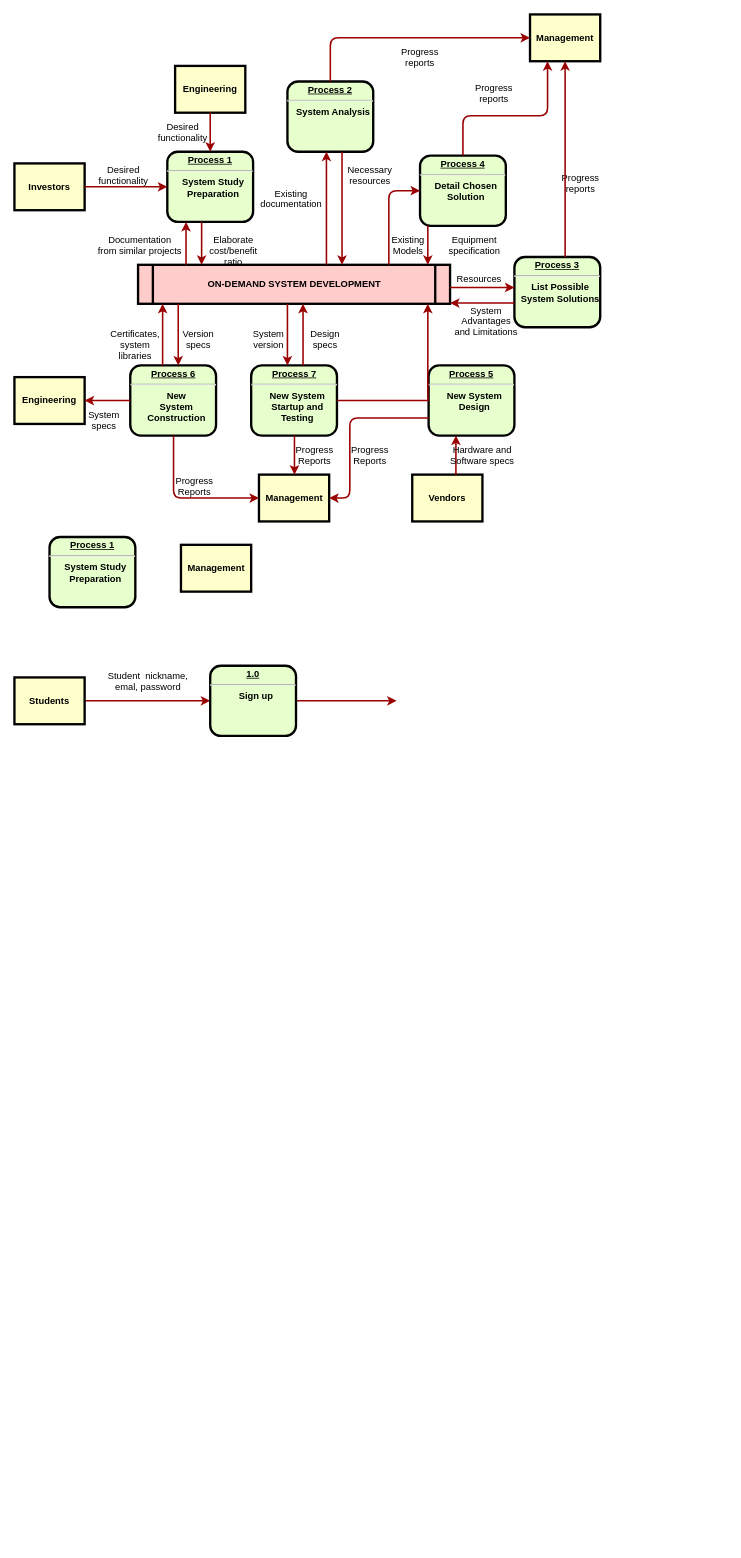
Earlier version of the draw.io diagram docs/dfd.drawio (loveagri/zhihu). Source tidied: cells renumbered, new cells numbered last; positions are measured from the earlier drawing's top-left corner, leaving out a move shared by most shapes. Both pictures are drawn from the tidied source at 78%, with x=0, y=0 at pixel (14, 14).
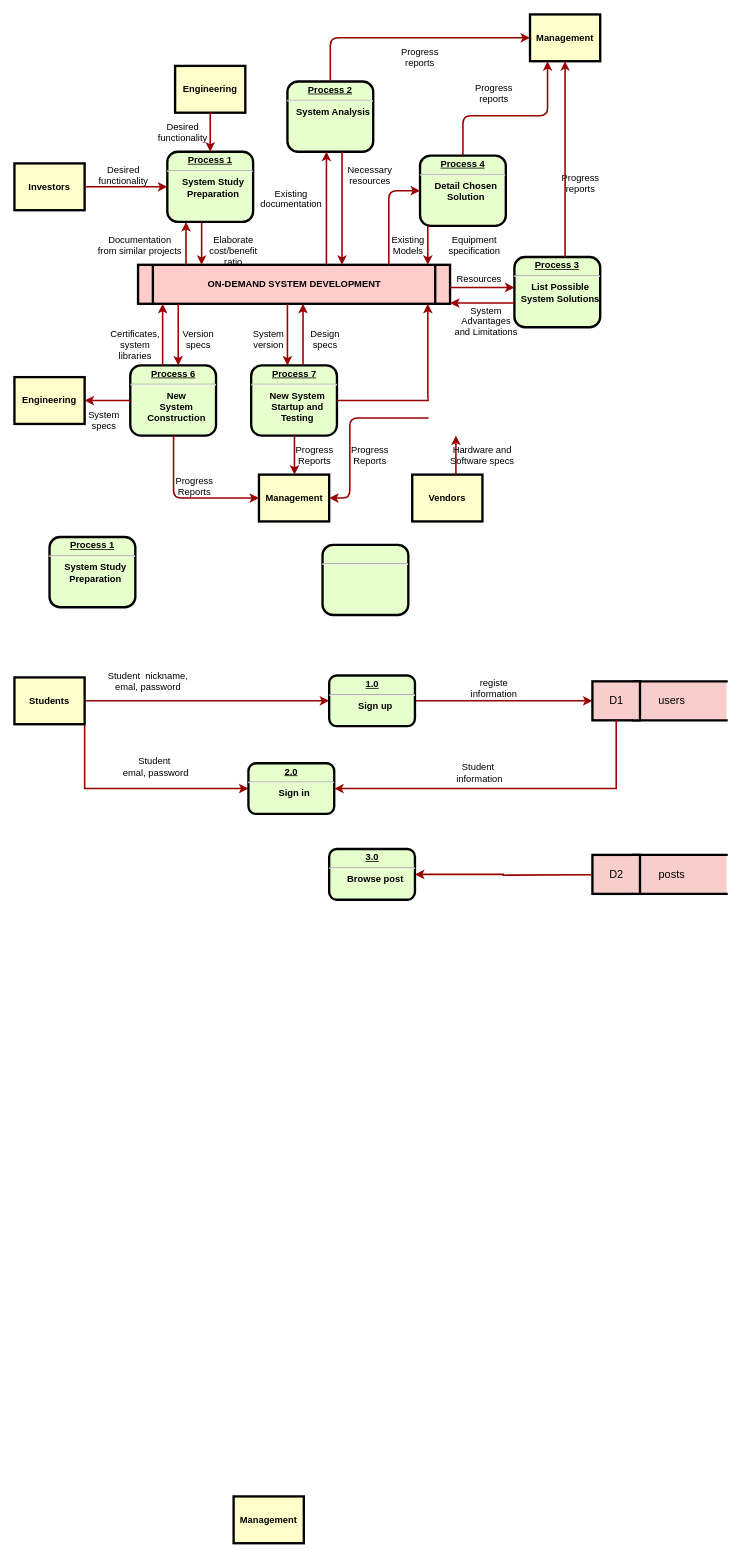
The same page after the edit.

Unchanged cells that the change refers to:
```xml
<mxCell id="5" value="ON-DEMAND SYSTEM DEVELOPMENT" style="shape=process;whiteSpace=wrap;align=center;verticalAlign=middle;size=0.0475;fontStyle=1;strokeWidth=3;fillColor=#FFCCCC;" parent="1" vertex="1">
  <mxGeometry x="158.5" y="321" width="400" height="50" as="geometry" />
</mxCell>
<mxCell id="12" value="Management" style="whiteSpace=wrap;align=center;verticalAlign=middle;fontStyle=1;strokeWidth=3;fillColor=#FFFFCC;" parent="1" vertex="1">
  <mxGeometry x="313.5" y="590" width="90" height="60" as="geometry" />
</mxCell>
<mxCell id="14" value="Vendors" style="whiteSpace=wrap;align=center;verticalAlign=middle;fontStyle=1;strokeWidth=3;fillColor=#FFFFCC;" parent="1" vertex="1">
  <mxGeometry x="510" y="590" width="90" height="60" as="geometry" />
</mxCell>
<mxCell id="17" value="&lt;p style=&quot;margin: 0px; margin-top: 4px; text-align: center; text-decoration: underline;&quot;&gt;&lt;strong&gt;&lt;strong&gt;Process&lt;/strong&gt; 7&lt;br /&gt;&lt;/strong&gt;&lt;/p&gt;&lt;hr /&gt;&lt;p style=&quot;margin: 0px; margin-left: 8px;&quot;&gt;New System&lt;/p&gt;&lt;p style=&quot;margin: 0px; margin-left: 8px;&quot;&gt;Startup and&lt;/p&gt;&lt;p style=&quot;margin: 0px; margin-left: 8px;&quot;&gt;Testing&lt;/p&gt;" style="verticalAlign=middle;align=center;overflow=fill;fontSize=12;fontFamily=Helvetica;html=1;rounded=1;fontStyle=1;strokeWidth=3;fillColor=#E6FFCC;" parent="1" vertex="1">
  <mxGeometry x="303.5" y="450" width="110" height="90" as="geometry" />
</mxCell>
<mxCell id="63" value="Students" style="whiteSpace=wrap;align=center;verticalAlign=middle;fontStyle=1;strokeWidth=3;fillColor=#FFFFCC;" parent="1" vertex="1">
  <mxGeometry y="850" width="90" height="60" as="geometry" />
</mxCell>
```

What changed in the source:
```diff
@@
-    <mxCell id="9" value="&lt;p style=&quot;margin: 0px; margin-top: 4px; text-align: center; text-decoration: underline;&quot;&gt;&lt;strong&gt;&lt;strong&gt;Process&lt;/strong&gt; 5&lt;br /&gt;&lt;/strong&gt;&lt;/p&gt;&lt;hr /&gt;&lt;p style=&quot;margin: 0px; margin-left: 8px;&quot;&gt;New System&lt;/p&gt;&lt;p style=&quot;margin: 0px; margin-left: 8px;&quot;&gt;Design&lt;/p&gt;" style="verticalAlign=middle;align=center;overflow=fill;fontSize=12;fontFamily=Helvetica;html=1;rounded=1;fontStyle=1;strokeWidth=3;fillColor=#E6FFCC;" parent="1" vertex="1">
-      <mxGeometry x="531" y="450" width="110" height="90" as="geometry" />
-    </mxCell>
@@
-    <mxCell id="18" style="endArrow=none;noEdgeStyle=1;strokeColor=#990000;strokeWidth=2;" parent="1" edge="1" source="9" target="17">
-      <mxGeometry relative="1" as="geometry" />
+    <mxCell id="18" style="endArrow=none;noEdgeStyle=1;strokeColor=#990000;strokeWidth=2;" parent="1" edge="1" target="17">
+      <mxGeometry relative="1" as="geometry">
+        <mxPoint x="531" y="495" as="sourcePoint" />
+      </mxGeometry>
     </mxCell>
@@
-    <mxCell id="43" style="edgeStyle=elbowEdgeStyle;elbow=horizontal;strokeColor=#990000;strokeWidth=2;" parent="1" edge="1" source="9" target="5">
+    <mxCell id="43" style="edgeStyle=elbowEdgeStyle;elbow=horizontal;strokeColor=#990000;strokeWidth=2;" parent="1" edge="1" target="5">
       <mxGeometry relative="1" as="geometry">
+        <mxPoint x="531" y="495" as="sourcePoint" />
         <Array as="points">
           <mxPoint x="530" y="410" />
         </Array>
       </mxGeometry>
     </mxCell>
-    <mxCell id="44" style="edgeStyle=elbowEdgeStyle;elbow=horizontal;strokeColor=#990000;strokeWidth=2;" parent="1" edge="1" source="14" target="9">
-      <mxGeometry relative="1" as="geometry" />
+    <mxCell id="44" style="edgeStyle=elbowEdgeStyle;elbow=horizontal;strokeColor=#990000;strokeWidth=2;" parent="1" edge="1" source="14">
+      <mxGeometry relative="1" as="geometry">
+        <mxPoint x="566" y="540" as="targetPoint" />
+      </mxGeometry>
     </mxCell>
@@
-    <mxCell id="46" style="edgeStyle=elbowEdgeStyle;elbow=horizontal;exitX=0;exitY=0.75;strokeColor=#990000;strokeWidth=2;" parent="1" edge="1" source="9" target="12">
+    <mxCell id="46" style="edgeStyle=elbowEdgeStyle;elbow=horizontal;exitX=0;exitY=0.75;strokeColor=#990000;strokeWidth=2;" parent="1" edge="1" target="12">
       <mxGeometry relative="1" as="geometry">
+        <mxPoint x="531" y="517.5" as="sourcePoint" />
         <Array as="points">
           <mxPoint x="430" y="570" />
         </Array>
       </mxGeometry>
     </mxCell>
@@
+    <mxCell id="69" style="edgeStyle=orthogonalEdgeStyle;rounded=0;jettySize=auto;html=1;entryX=0;entryY=0.5;entryDx=0;entryDy=0;strokeColor=#990000;strokeWidth=2;" parent="1" edge="1" source="63" target="79">
+      <mxGeometry relative="1" as="geometry">
+        <Array as="points">
+          <mxPoint x="90" y="993" />
+        </Array>
+      </mxGeometry>
+    </mxCell>
@@
-    <mxCell id="64" style="edgeStyle=orthogonalEdgeStyle;rounded=0;jettySize=auto;html=1;strokeWidth=2;strokeColor=#990000;" parent="1" edge="1" source="65">
-      <mxGeometry relative="1" as="geometry">
-        <mxPoint x="490" y="880" as="targetPoint" />
-      </mxGeometry>
+    <mxCell id="64" style="edgeStyle=orthogonalEdgeStyle;rounded=0;jettySize=auto;html=1;strokeWidth=2;strokeColor=#990000;entryX=0;entryY=0.5;entryDx=0;entryDy=0;" parent="1" edge="1" source="65" target="72">
+      <mxGeometry relative="1" as="geometry" />
     </mxCell>
     <mxCell id="65" value="&lt;p style=&quot;margin: 0px ; margin-top: 4px ; text-align: center ; text-decoration: underline&quot;&gt;&lt;strong&gt;1.0&lt;/strong&gt;&lt;/p&gt;&lt;hr&gt;&lt;p style=&quot;margin: 0px ; margin-left: 8px&quot;&gt;Sign up&lt;/p&gt;" style="verticalAlign=middle;align=center;overflow=fill;fontSize=12;fontFamily=Helvetica;html=1;rounded=1;fontStyle=1;strokeWidth=3;fillColor=#E6FFCC;" parent="1" vertex="1">
-      <mxGeometry x="251" y="835" width="110" height="90" as="geometry" />
+      <mxGeometry x="403.5" y="847.5" width="110" height="65" as="geometry" />
     </mxCell>
@@
     <mxCell id="67" value="Management" style="whiteSpace=wrap;align=center;verticalAlign=middle;fontStyle=1;strokeWidth=3;fillColor=#FFFFCC;" parent="1" vertex="1">
-      <mxGeometry x="213.5" y="680" width="90" height="60" as="geometry" />
+      <mxGeometry x="281" y="1900" width="90" height="60" as="geometry" />
     </mxCell>
@@
+    <mxCell id="70" value="&lt;p style=&quot;margin: 0px ; margin-top: 4px ; text-align: center ; text-decoration: underline&quot;&gt;&lt;strong&gt;&lt;br&gt;&lt;/strong&gt;&lt;/p&gt;&lt;hr&gt;&lt;p style=&quot;margin: 0px ; margin-left: 8px&quot;&gt;&lt;br&gt;&lt;/p&gt;" style="verticalAlign=middle;align=center;overflow=fill;fontSize=12;fontFamily=Helvetica;html=1;rounded=1;fontStyle=1;strokeWidth=3;fillColor=#E6FFCC;" parent="1" vertex="1">
+      <mxGeometry x="395" y="680" width="110" height="90" as="geometry" />
+    </mxCell>
+    <mxCell id="71" style="group;" parent="1" vertex="1">
+      <mxGeometry x="741" y="855" width="172" height="50" as="geometry" />
+    </mxCell>
+    <mxCell id="72" style="rounded=0;whiteSpace=wrap;html=1;strokeColor=#000000;strokeWidth=3;fillColor=#f8cecc;" parent="71" vertex="1">
+      <mxGeometry width="61" height="50" as="geometry" />
+    </mxCell>
+    <mxCell id="73" style="shape=partialRectangle;whiteSpace=wrap;html=1;left=0;right=0;fillColor=#f8cecc;strokeColor=#000000;strokeWidth=3;" parent="71" vertex="1">
+      <mxGeometry x="52" width="120" height="50" as="geometry" />
+    </mxCell>
+    <mxCell id="74" value="&lt;font style=&quot;font-size: 14px&quot;&gt;D1&lt;/font&gt;" style="text;html=1;strokeColor=none;fillColor=none;align=center;verticalAlign=middle;whiteSpace=wrap;rounded=0;" parent="71" vertex="1">
+      <mxGeometry x="11" y="16.7" width="40" height="16.7" as="geometry" />
+    </mxCell>
+    <mxCell id="75" value="&lt;font style=&quot;font-size: 14px&quot;&gt;users&lt;/font&gt;" style="text;html=1;strokeColor=none;fillColor=none;align=center;verticalAlign=middle;whiteSpace=wrap;rounded=0;" parent="71" vertex="1">
+      <mxGeometry x="82" y="16.7" width="40" height="16.7" as="geometry" />
+    </mxCell>
+    <mxCell id="76" style="line;strokeWidth=3;direction=south;html=1;strokeColor=#000000;" parent="71" vertex="1">
+      <mxGeometry x="56" width="10" height="50" as="geometry" />
+    </mxCell>
+    <mxCell id="77" value="registe information" style="text;html=1;strokeColor=none;fillColor=none;align=center;verticalAlign=middle;whiteSpace=wrap;rounded=0;" parent="1" vertex="1">
+      <mxGeometry x="565" y="855" width="100" height="18" as="geometry" />
+    </mxCell>
+    <mxCell id="78" style="edgeStyle=orthogonalEdgeStyle;rounded=0;orthogonalLoop=1;jettySize=auto;html=1;exitX=0.5;exitY=1;exitDx=0;exitDy=0;" parent="1" edge="1" source="65" target="65">
+      <mxGeometry relative="1" as="geometry" />
+    </mxCell>
+    <mxCell id="79" value="&lt;p style=&quot;margin: 0px ; margin-top: 4px ; text-align: center ; text-decoration: underline&quot;&gt;&lt;strong&gt;2.0&lt;/strong&gt;&lt;/p&gt;&lt;hr&gt;&lt;p style=&quot;margin: 0px ; margin-left: 8px&quot;&gt;Sign in&lt;/p&gt;" style="verticalAlign=middle;align=center;overflow=fill;fontSize=12;fontFamily=Helvetica;html=1;rounded=1;fontStyle=1;strokeWidth=3;fillColor=#E6FFCC;" parent="1" vertex="1">
+      <mxGeometry x="300" y="960" width="110" height="65" as="geometry" />
+    </mxCell>
+    <mxCell id="80" value="Student&amp;nbsp;&lt;br&gt;emal, password" style="text;html=1;align=center;verticalAlign=middle;" parent="1" vertex="1">
+      <mxGeometry x="131" y="950" width="100" height="30" as="geometry" />
+    </mxCell>
+    <mxCell id="81" style="edgeStyle=orthogonalEdgeStyle;rounded=0;jettySize=auto;html=1;entryX=1;entryY=0.5;entryDx=0;entryDy=0;strokeColor=#990000;strokeWidth=2;" parent="1" edge="1" source="72" target="79">
+      <mxGeometry relative="1" as="geometry">
+        <Array as="points">
+          <mxPoint x="772" y="993" />
+        </Array>
+      </mxGeometry>
+    </mxCell>
+    <mxCell id="82" style="text;html=1;align=center;verticalAlign=middle;" parent="1" vertex="1">
+      <mxGeometry x="596" y="967" width="20" height="20" as="geometry" />
+    </mxCell>
+    <mxCell id="83" value="Student&amp;nbsp;&lt;br&gt;information" style="text;html=1;align=center;verticalAlign=middle;" parent="1" vertex="1">
+      <mxGeometry x="561" y="957" width="70" height="30" as="geometry" />
+    </mxCell>
+    <mxCell id="84" value="&lt;p style=&quot;margin: 0px ; margin-top: 4px ; text-align: center ; text-decoration: underline&quot;&gt;&lt;strong&gt;3.0&lt;/strong&gt;&lt;/p&gt;&lt;hr&gt;&lt;p style=&quot;margin: 0px ; margin-left: 8px&quot;&gt;Browse post&lt;/p&gt;" style="verticalAlign=middle;align=center;overflow=fill;fontSize=12;fontFamily=Helvetica;html=1;rounded=1;fontStyle=1;strokeWidth=3;fillColor=#E6FFCC;" parent="1" vertex="1">
+      <mxGeometry x="403.5" y="1070" width="110" height="65" as="geometry" />
+    </mxCell>
+    <mxCell id="85" style="group;" parent="1" vertex="1">
+      <mxGeometry x="741" y="1077.5" width="172" height="50" as="geometry" />
+    </mxCell>
+    <mxCell id="86" style="rounded=0;whiteSpace=wrap;html=1;strokeColor=#000000;strokeWidth=3;fillColor=#f8cecc;" parent="85" vertex="1">
+      <mxGeometry width="61" height="50" as="geometry" />
+    </mxCell>
+    <mxCell id="87" style="shape=partialRectangle;whiteSpace=wrap;html=1;left=0;right=0;fillColor=#f8cecc;strokeColor=#000000;strokeWidth=3;" parent="85" vertex="1">
+      <mxGeometry x="52" width="120" height="50" as="geometry" />
+    </mxCell>
+    <mxCell id="88" value="&lt;font style=&quot;font-size: 14px&quot;&gt;D2&lt;/font&gt;" style="text;html=1;strokeColor=none;fillColor=none;align=center;verticalAlign=middle;whiteSpace=wrap;rounded=0;" parent="85" vertex="1">
+      <mxGeometry x="11" y="16.7" width="40" height="16.7" as="geometry" />
+    </mxCell>
+    <mxCell id="89" value="&lt;span style=&quot;font-size: 14px&quot;&gt;posts&lt;/span&gt;" style="text;html=1;strokeColor=none;fillColor=none;align=center;verticalAlign=middle;whiteSpace=wrap;rounded=0;" parent="85" vertex="1">
+      <mxGeometry x="82" y="16.7" width="40" height="16.7" as="geometry" />
+    </mxCell>
+    <mxCell id="90" style="line;strokeWidth=3;direction=south;html=1;strokeColor=#000000;" parent="85" vertex="1">
+      <mxGeometry x="56" width="10" height="50" as="geometry" />
+    </mxCell>
+    <mxCell id="91" style="edgeStyle=orthogonalEdgeStyle;rounded=0;jettySize=auto;html=1;entryX=1;entryY=0.5;entryDx=0;entryDy=0;strokeColor=#990000;strokeWidth=2;" parent="1" edge="1" target="84">
+      <mxGeometry relative="1" as="geometry">
+        <mxPoint x="740" y="1103" as="sourcePoint" />
+      </mxGeometry>
+    </mxCell>
```
